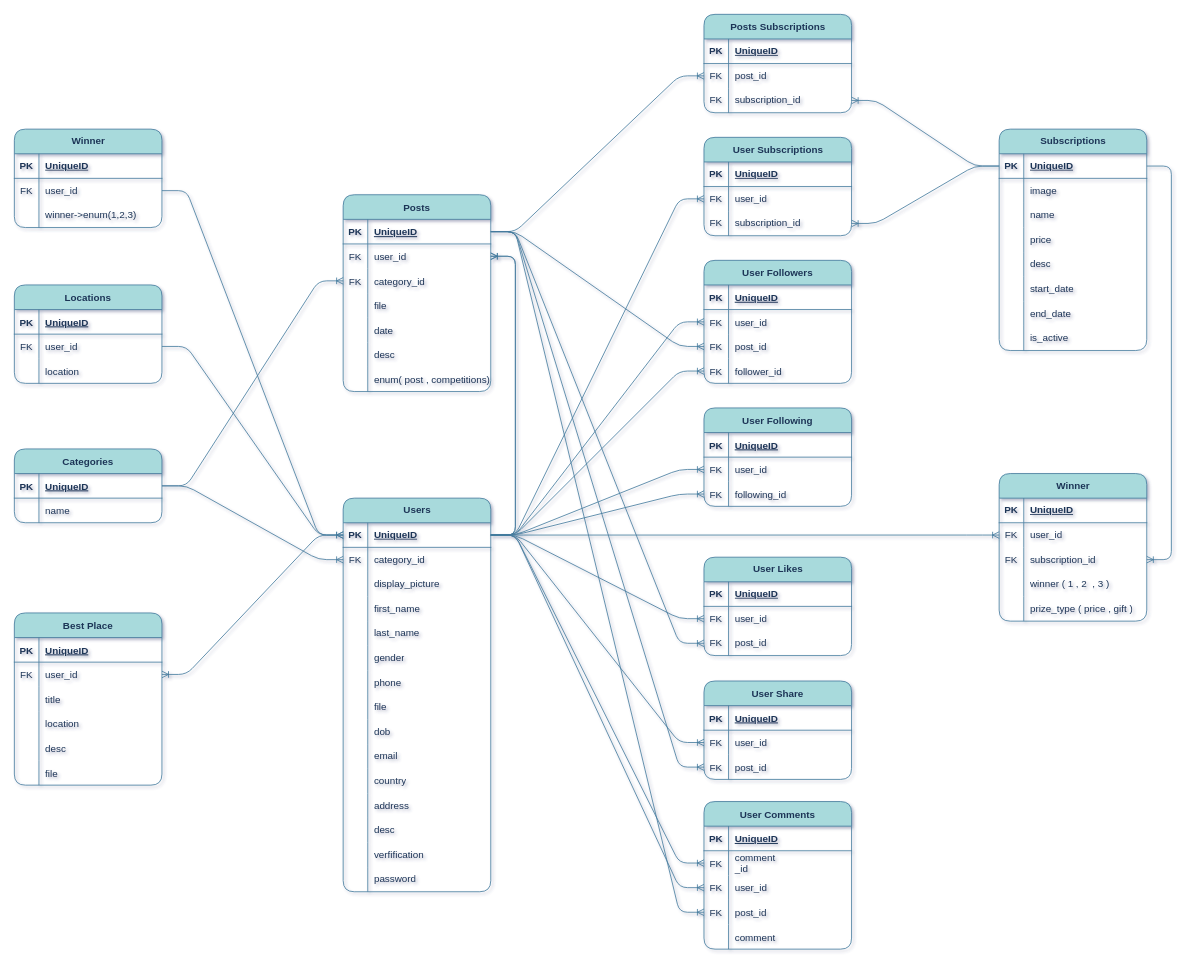
ShariqBinZaid/dashboard_drone keeps this draw.io diagram as drone.drawio. Above is the earlier version. Source tidied: cells renumbered, new cells numbered last; positions are measured from the earlier drawing's top-left corner, leaving out a move shared by most shapes. Both pictures are drawn from the tidied source at 82%, with x=0, y=0 at pixel (14, 14).
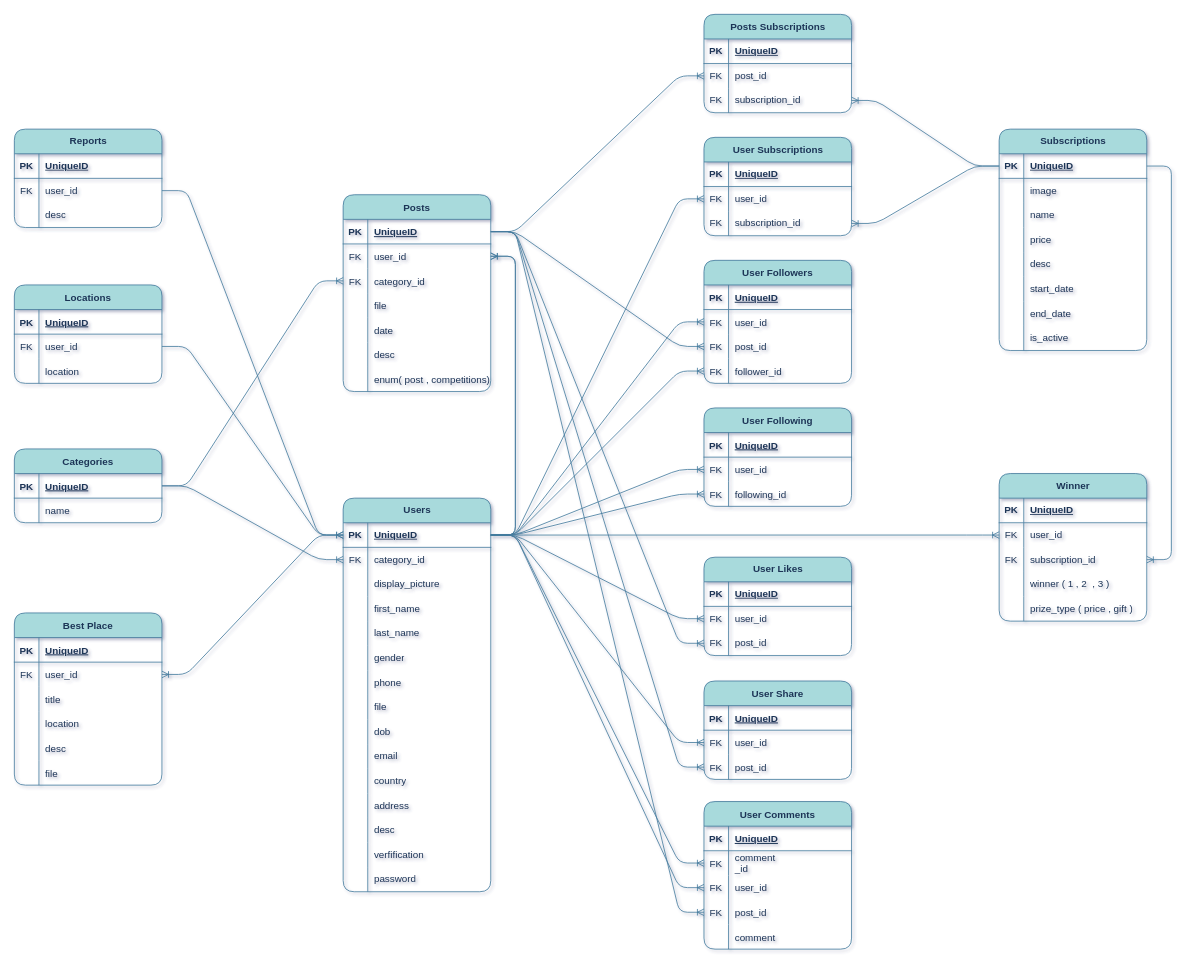
Above is the later version.

Unchanged cells that the change refers to:
```xml
<mxCell id="231" style="shape=tableRow;horizontal=0;startSize=0;swimlaneHead=0;swimlaneBody=0;fillColor=none;top=0;left=0;right=0;bottom=0;labelBackgroundColor=none;strokeColor=#457B9D;fontColor=#1D3557;rounded=1;" parent="224" vertex="1">
  <mxGeometry y="90" width="180" height="30" as="geometry" />
</mxCell>
```

The edit, as a diff of the source:
```diff
@@
-    <mxCell id="224" value="Winner" style="shape=table;startSize=30;childLayout=tableLayout;rowLines=0;fontStyle=1;align=center;html=1;labelBackgroundColor=none;fillColor=#A8DADC;strokeColor=#457B9D;fontColor=#1D3557;rounded=1;" parent="1" vertex="1">
+    <mxCell id="224" value="Reports" style="shape=table;startSize=30;childLayout=tableLayout;rowLines=0;fontStyle=1;align=center;html=1;labelBackgroundColor=none;fillColor=#A8DADC;strokeColor=#457B9D;fontColor=#1D3557;rounded=1;" parent="1" vertex="1">
       <mxGeometry y="140" width="180" height="120" as="geometry" />
     </mxCell>
@@
-    <mxCell id="233" value="winner-&amp;gt;enum(1,2,3)" style="shape=partialRectangle;fillColor=none;top=0;left=0;bottom=0;right=0;align=left;spacingLeft=6;overflow=hidden;whiteSpace=wrap;html=1;labelBackgroundColor=none;strokeColor=#457B9D;fontColor=#1D3557;rounded=1;" parent="231" vertex="1">
+    <mxCell id="233" value="desc" style="shape=partialRectangle;fillColor=none;top=0;left=0;bottom=0;right=0;align=left;spacingLeft=6;overflow=hidden;whiteSpace=wrap;html=1;labelBackgroundColor=none;strokeColor=#457B9D;fontColor=#1D3557;rounded=1;" parent="231" vertex="1">
       <mxGeometry x="30" width="150" height="30" as="geometry" />
     </mxCell>
```
